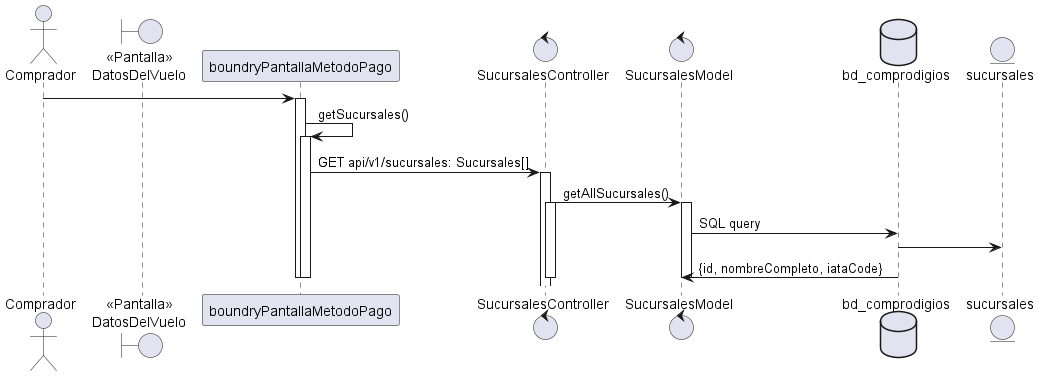
The PlantUML diagram ICONIX/Diagramas/Diagrama de secuencia/diagrama_secuencia_sucursales.png in SofiGarcia09/Comprodigios, before a commit. The source it was exported from:
```plantuml
@startuml
actor "Comprador" as actorComprador
boundary "<<Pantalla>>\nDatosDelVuelo" as boundryPantallaDatosDelVuelo

actorComprador -> boundryPantallaMetodoPago
activate boundryPantallaMetodoPago
   boundryPantallaMetodoPago -> boundryPantallaMetodoPago: getSucursales()
    activate boundryPantallaMetodoPago
        control "SucursalesController" as sucursalesController
            control "SucursalesModel" as sucursalesModel
           boundryPantallaMetodoPago -> sucursalesController: GET api/v1/sucursales: Sucursales[]
            activate sucursalesController
                sucursalesController -> sucursalesModel: getAllSucursales()
                activate sucursalesController
                    database "bd_comprodigios" as dbComprodigios
                    entity sucursales
                    activate sucursalesModel
                        activate sucursalesModel
                            sucursalesModel -> dbComprodigios: SQL query
                            dbComprodigios -> sucursales
                            dbComprodigios -> sucursalesModel: {id, nombreCompleto, iataCode}
                        deactivate

                    deactivate
                deactivate
        deactivate
    deactivate
deactivate
@enduml
```
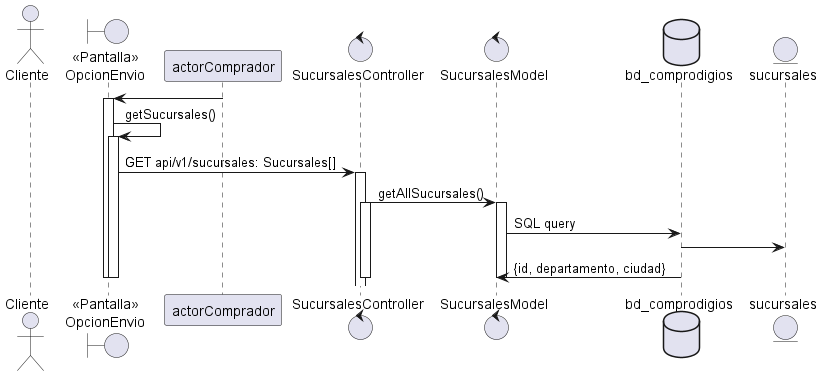
The same file after the commit.

Change to the diagram source:
```diff
@@ -1,14 +1,14 @@
 @startuml
-actor "Comprador" as actorComprador
-boundary "<<Pantalla>>\nDatosDelVuelo" as boundryPantallaDatosDelVuelo
+actor "Cliente" as actorCliente
+boundary "<<Pantalla>>\nOpcionEnvio" as boundryPantallaOpcionEnvio
 
-actorComprador -> boundryPantallaMetodoPago
-activate boundryPantallaMetodoPago
-   boundryPantallaMetodoPago -> boundryPantallaMetodoPago: getSucursales()
-    activate boundryPantallaMetodoPago
+actorComprador -> boundryPantallaOpcionEnvio
+activate boundryPantallaOpcionEnvio
+   boundryPantallaOpcionEnvio -> boundryPantallaOpcionEnvio: getSucursales()
+    activate boundryPantallaOpcionEnvio
         control "SucursalesController" as sucursalesController
             control "SucursalesModel" as sucursalesModel
-           boundryPantallaMetodoPago -> sucursalesController: GET api/v1/sucursales: Sucursales[]
+           boundryPantallaOpcionEnvio -> sucursalesController: GET api/v1/sucursales: Sucursales[]
             activate sucursalesController
                 sucursalesController -> sucursalesModel: getAllSucursales()
                 activate sucursalesController
@@ -18,7 +18,7 @@
                         activate sucursalesModel
                             sucursalesModel -> dbComprodigios: SQL query
                             dbComprodigios -> sucursales
-                            dbComprodigios -> sucursalesModel: {id, nombreCompleto, iataCode}
+                            dbComprodigios -> sucursalesModel: {id, departamento, ciudad}
                         deactivate
 
                     deactivate
```
